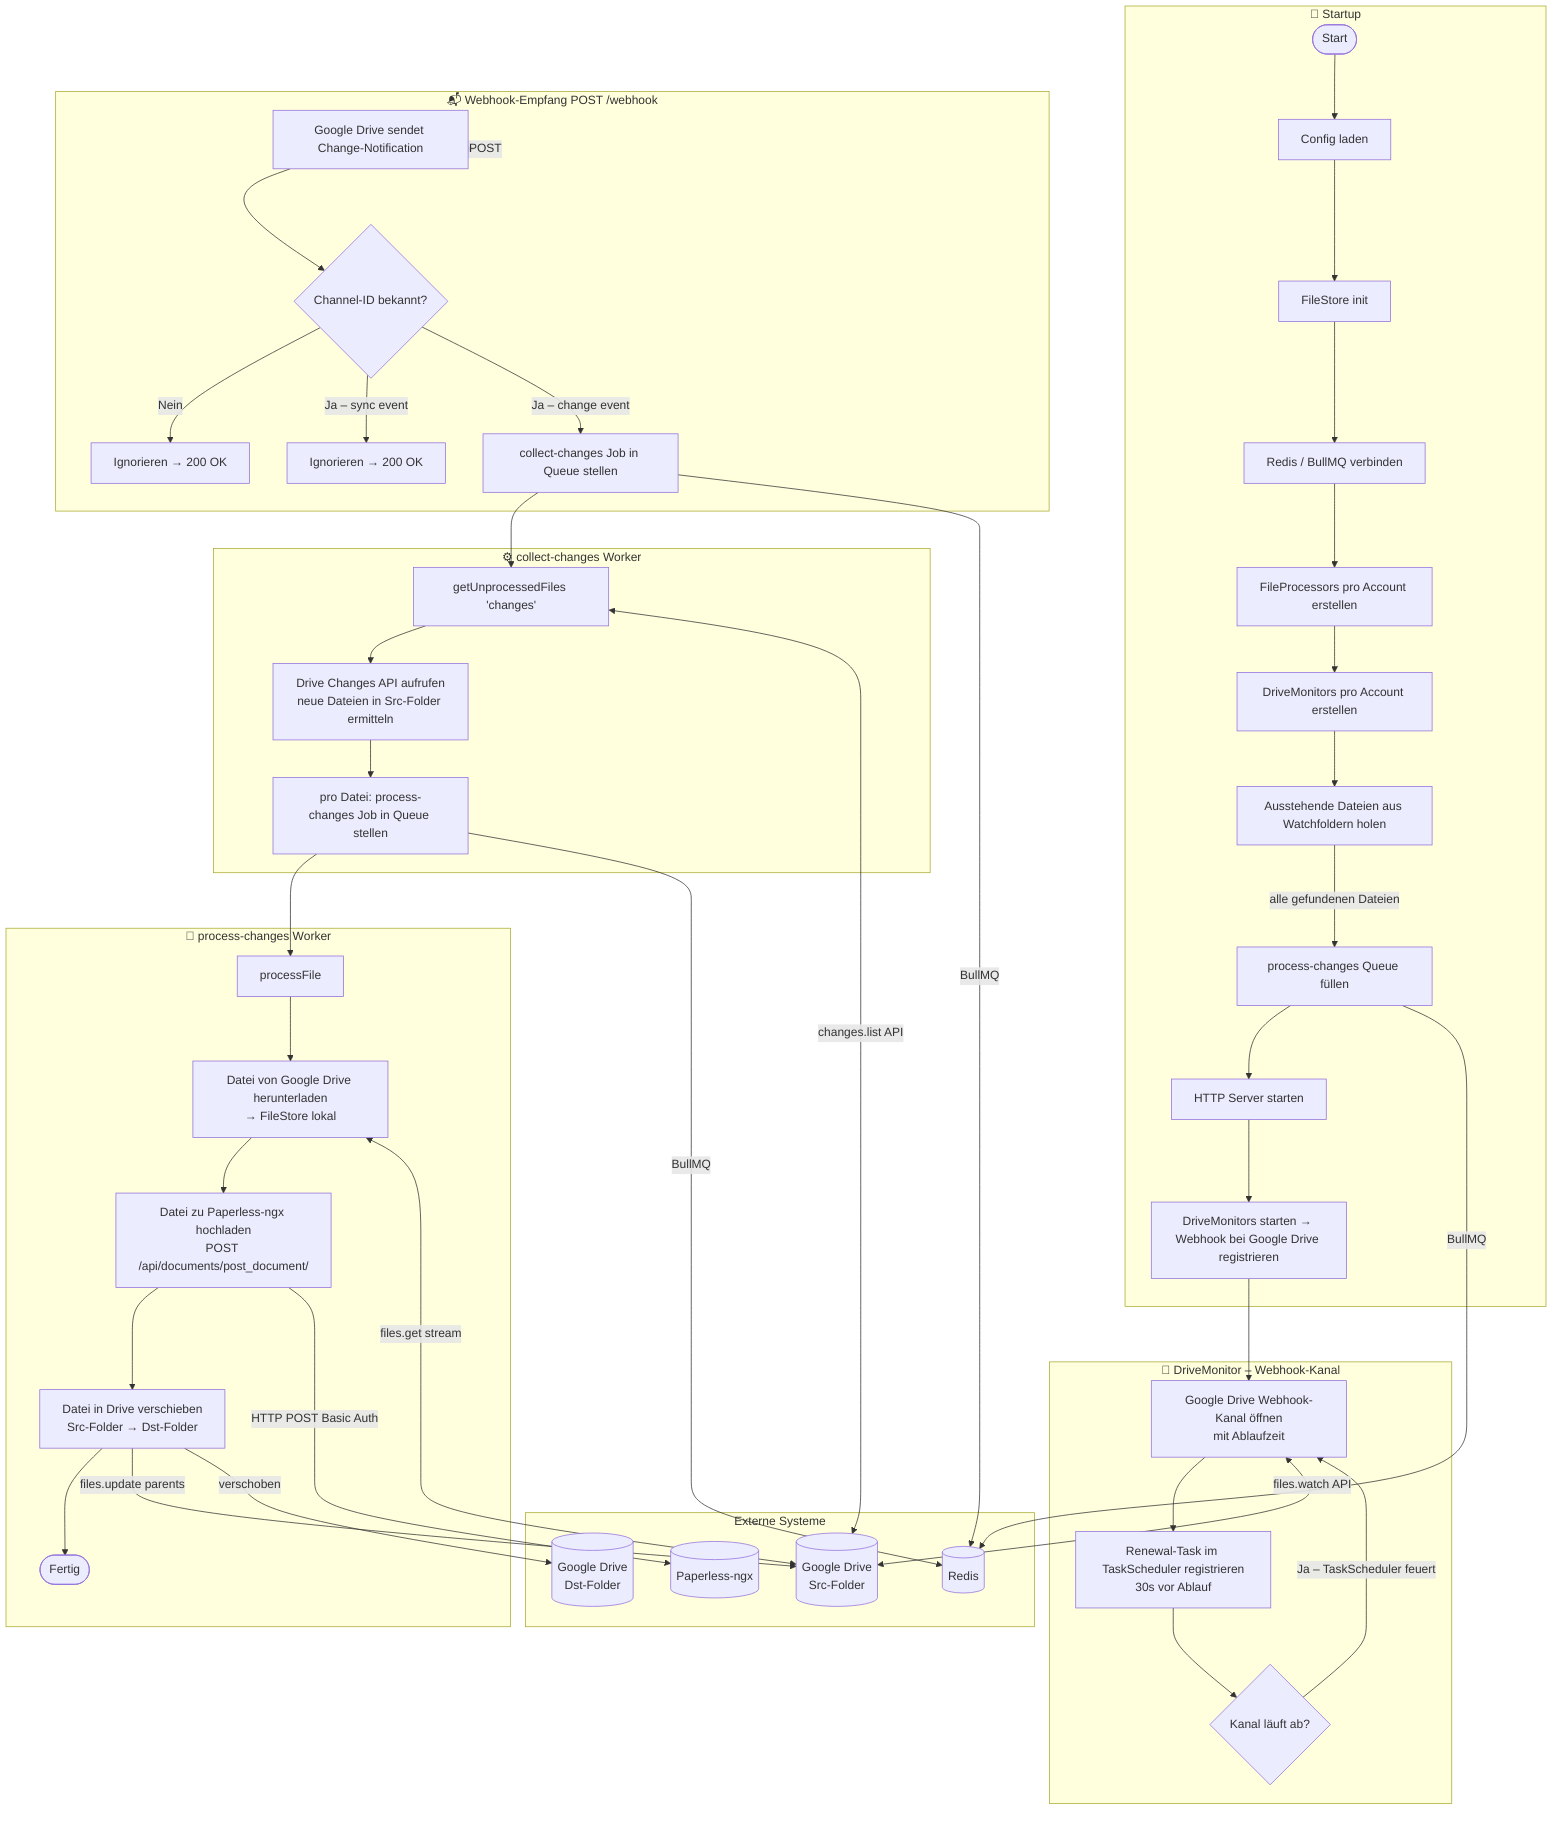
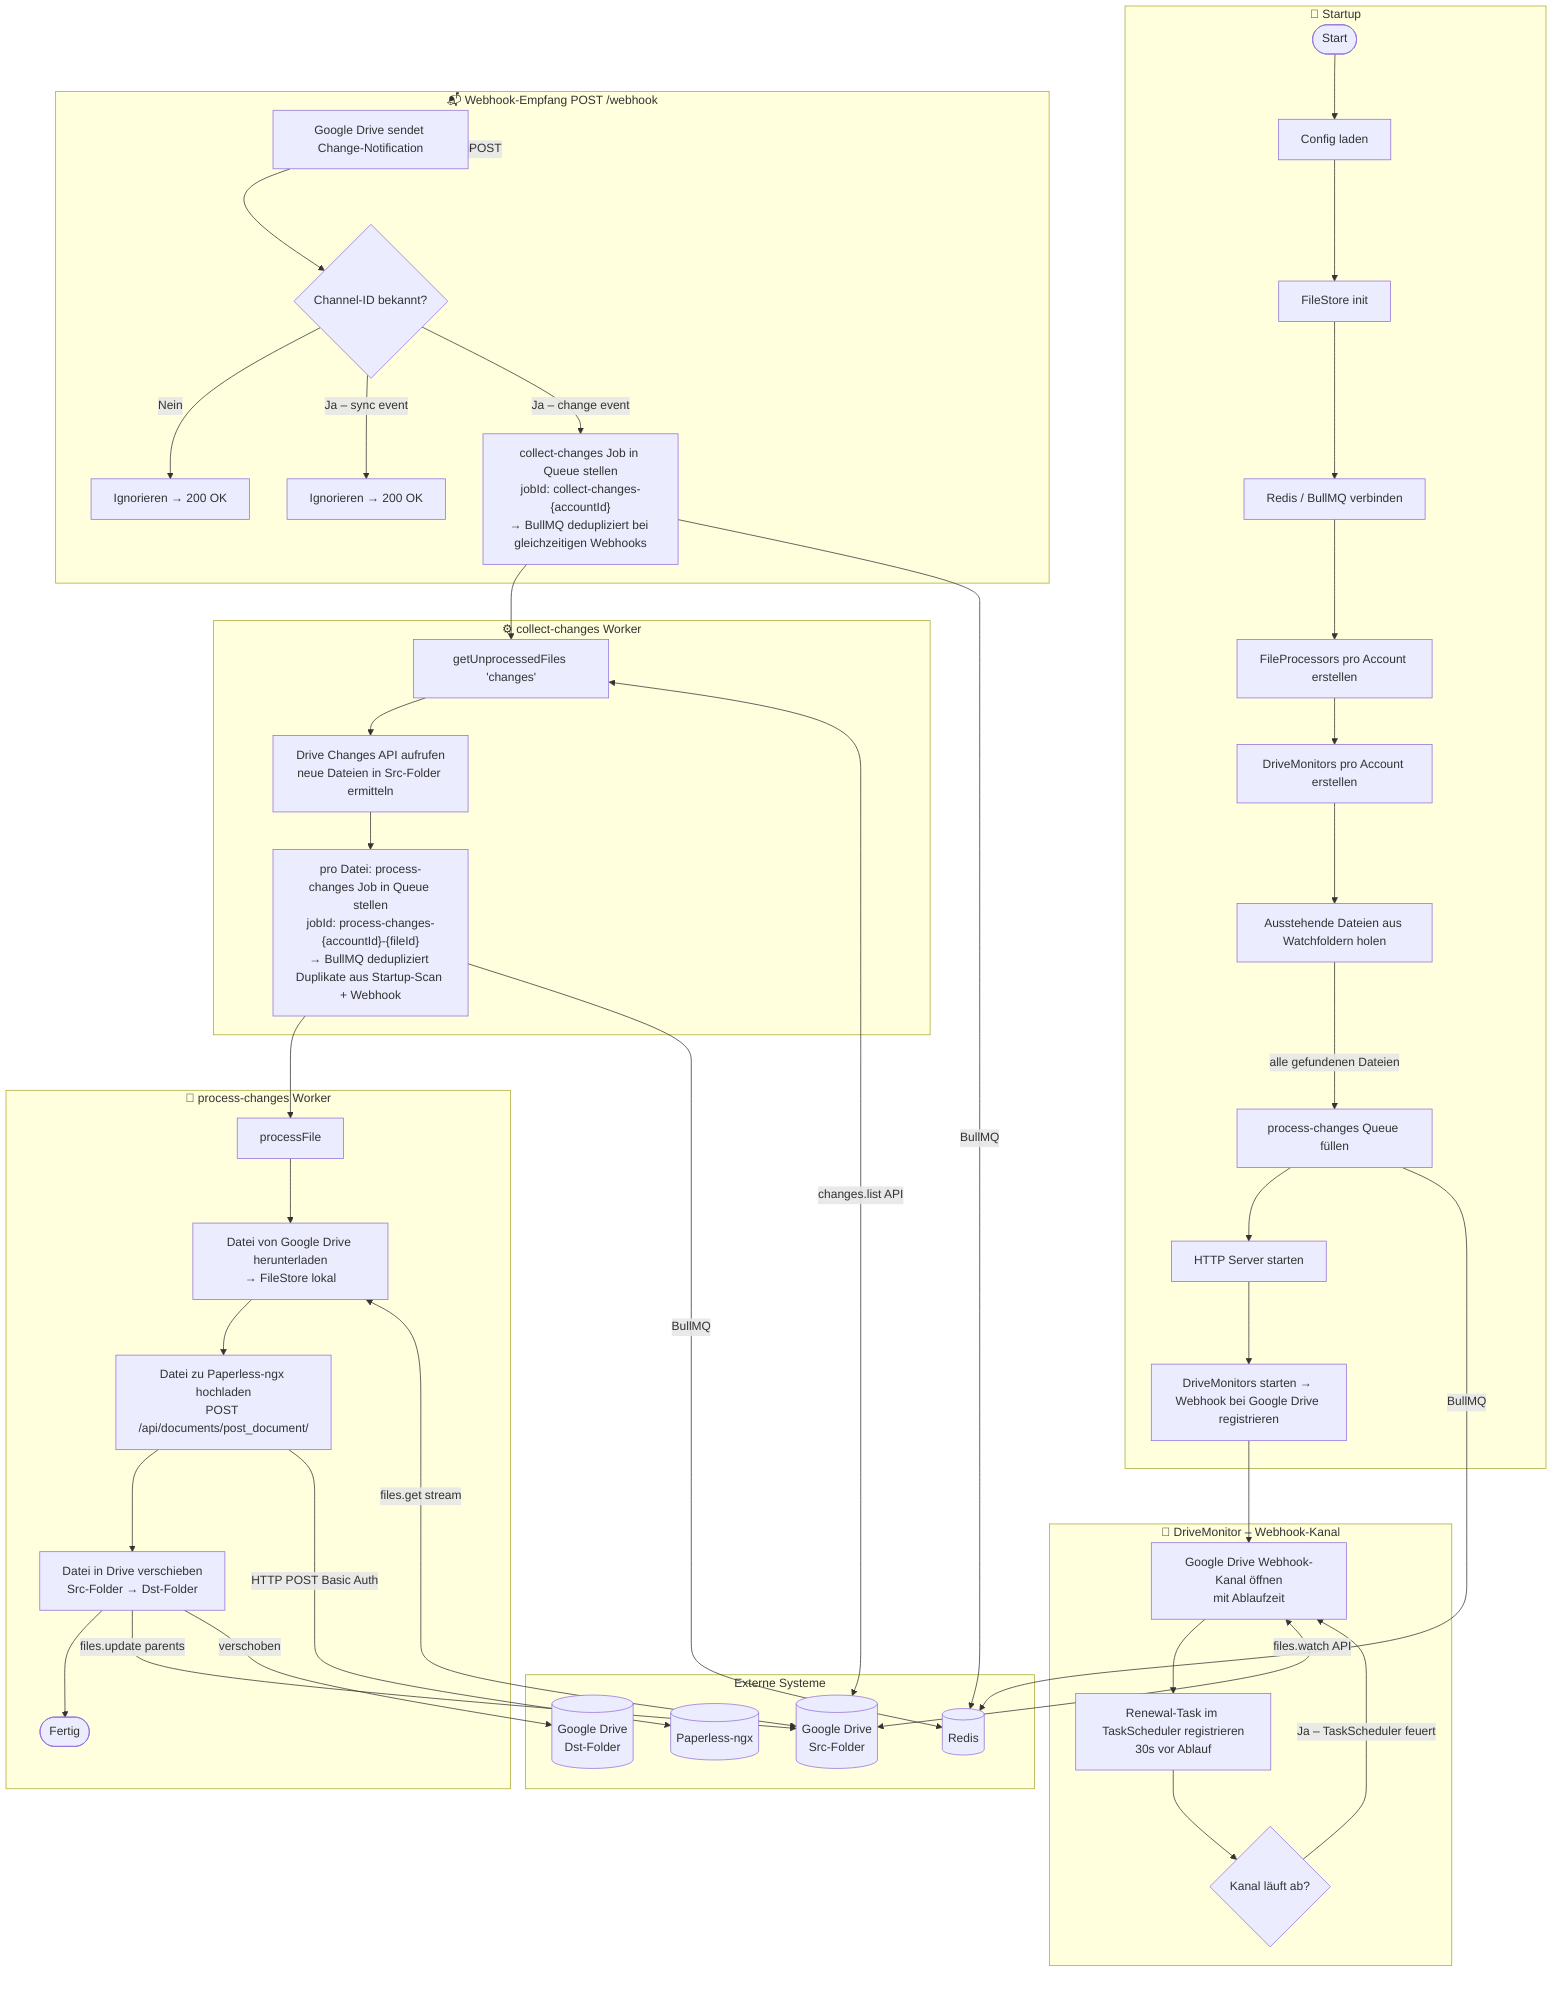
flowchart TD
    subgraph INIT["🚀 Startup"]
        A([Start]) --> B[Config laden]
        B --> C[FileStore init]
        C --> D[Redis / BullMQ verbinden]
        D --> E[FileProcessors pro Account erstellen]
        E --> F[DriveMonitors pro Account erstellen]
        F --> G[Ausstehende Dateien aus Watchfoldern holen]
        G -->|alle gefundenen Dateien| H[process-changes Queue füllen]
        H --> I[HTTP Server starten]
        I --> J[DriveMonitors starten → Webhook bei Google Drive registrieren]
    end

    subgraph MONITOR["🔔 DriveMonitor – Webhook-Kanal"]
        J --> K[Google Drive Webhook-Kanal öffnen\nmit Ablaufzeit]
        K --> L[Renewal-Task im TaskScheduler registrieren\n30s vor Ablauf]
        L --> M{Kanal läuft ab?}
        M -->|Ja – TaskScheduler feuert| K
    end

    subgraph WEBHOOK["📬 Webhook-Empfang POST /webhook"]
        N[Google Drive sendet Change-Notification] --> O{Channel-ID bekannt?}
        O -->|Nein| P[Ignorieren → 200 OK]
        O -->|Ja – sync event| Q[Ignorieren → 200 OK]
-         O -->|Ja – change event| R[collect-changes Job in Queue stellen]
+         O -->|Ja – change event| R["collect-changes Job in Queue stellen\njobId: collect-changes-{accountId}\n→ BullMQ dedupliziert bei gleichzeitigen Webhooks"]
    end

    subgraph COLLECT["⚙️ collect-changes Worker"]
        R --> S[getUnprocessedFiles 'changes']
        S --> T[Drive Changes API aufrufen\nneue Dateien in Src-Folder ermitteln]
-         T --> U[pro Datei: process-changes Job in Queue stellen]
+         T --> U["pro Datei: process-changes Job in Queue stellen\njobId: process-changes-{accountId}-{fileId}\n→ BullMQ dedupliziert Duplikate aus Startup-Scan + Webhook"]
    end

    subgraph PROCESS["📄 process-changes Worker"]
        U --> V[processFile]
        V --> W[Datei von Google Drive herunterladen\n→ FileStore lokal]
        W --> X[Datei zu Paperless-ngx hochladen\nPOST /api/documents/post_document/]
        X --> Y[Datei in Drive verschieben\nSrc-Folder → Dst-Folder]
        Y --> Z([Fertig])
    end

    subgraph EXTERNAL["Externe Systeme"]
        GD[(Google Drive\nSrc-Folder)]
        GD2[(Google Drive\nDst-Folder)]
        PL[(Paperless-ngx)]
        RD[(Redis)]
    end

    K <-->|files.watch API| GD
    N -->|HTTP POST| WEBHOOK
    S <-->|changes.list API| GD
    W <-->|files.get stream| GD
    X -->|HTTP POST Basic Auth| PL
    Y -->|files.update parents| GD
    Y -->|verschoben| GD2
    R -->|BullMQ| RD
    U -->|BullMQ| RD
    H -->|BullMQ| RD
